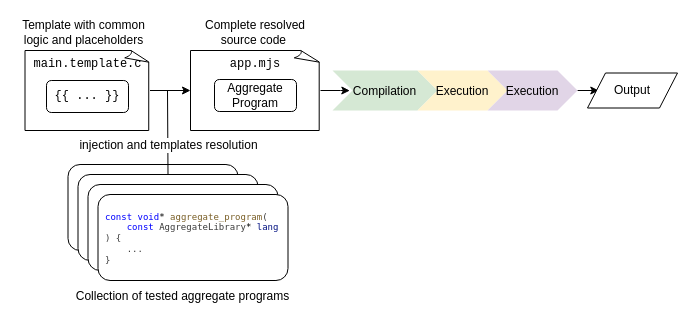
Earlier version of the draw.io diagram page "testing" (8 of 8) of resources/schemas/all-schemas.drawio (tassiluca/scafi3-mp-api-thesis). Source tidied: cells renumbered, new cells numbered last; positions are measured from the earlier drawing's top-left corner, leaving out a move shared by most shapes. Both pictures are drawn from the tidied source at 100%, with x=0, y=0 at pixel (17, 17).
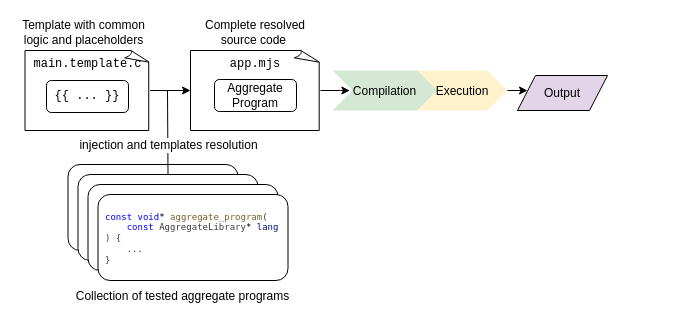
The same page after the edit.

The change refers to these unchanged cells:
```xml
<mxCell id="12" value="&lt;font style=&quot;font-size: 12px;&quot;&gt;Execution&lt;/font&gt;" style="html=1;shape=mxgraph.infographic.ribbonSimple;notch1=20;notch2=20;align=center;verticalAlign=middle;fontSize=14;fontStyle=0;fillColor=#fff2cc;whiteSpace=wrap;strokeColor=none;" parent="1" vertex="1">
  <mxGeometry x="400" y="53" width="90" height="40" as="geometry" />
</mxCell>
```

What changed in the source:
```diff
@@
-    <mxCell id="19" style="edgeStyle=orthogonalEdgeStyle;rounded=0;jettySize=auto;html=1;exitX=1;exitY=0.5;exitDx=0;exitDy=0;exitPerimeter=0;entryX=0.126;entryY=0.481;entryDx=0;entryDy=0;entryPerimeter=0;" parent="1" edge="1" source="20" target="22">
-      <mxGeometry relative="1" as="geometry" />
-    </mxCell>
-    <mxCell id="20" value="&lt;font style=&quot;font-size: 12px;&quot;&gt;Execution&lt;/font&gt;" style="html=1;shape=mxgraph.infographic.ribbonSimple;notch1=20;notch2=20;align=center;verticalAlign=middle;fontSize=14;fontStyle=0;fillColor=#e1d5e7;whiteSpace=wrap;strokeColor=none;" parent="1" vertex="1">
-      <mxGeometry x="470" y="53" width="90" height="40" as="geometry" />
-    </mxCell>
@@
-    <mxCell id="22" value="Output" style="shape=parallelogram;perimeter=parallelogramPerimeter;whiteSpace=wrap;html=1;dashed=0;" parent="1" vertex="1">
-      <mxGeometry x="570" y="55.5" width="90" height="35" as="geometry" />
+    <mxCell id="22" value="Output" style="shape=parallelogram;perimeter=parallelogramPerimeter;whiteSpace=wrap;html=1;dashed=0;fillColor=#E1D5E7;" parent="1" vertex="1">
+      <mxGeometry x="500" y="58" width="90" height="35" as="geometry" />
     </mxCell>
@@
+    <mxCell id="24" style="edgeStyle=orthogonalEdgeStyle;rounded=0;jettySize=auto;html=1;entryX=0.113;entryY=0.446;entryDx=0;entryDy=0;entryPerimeter=0;" parent="1" edge="1" source="12" target="22">
+      <mxGeometry relative="1" as="geometry" />
+    </mxCell>
```
